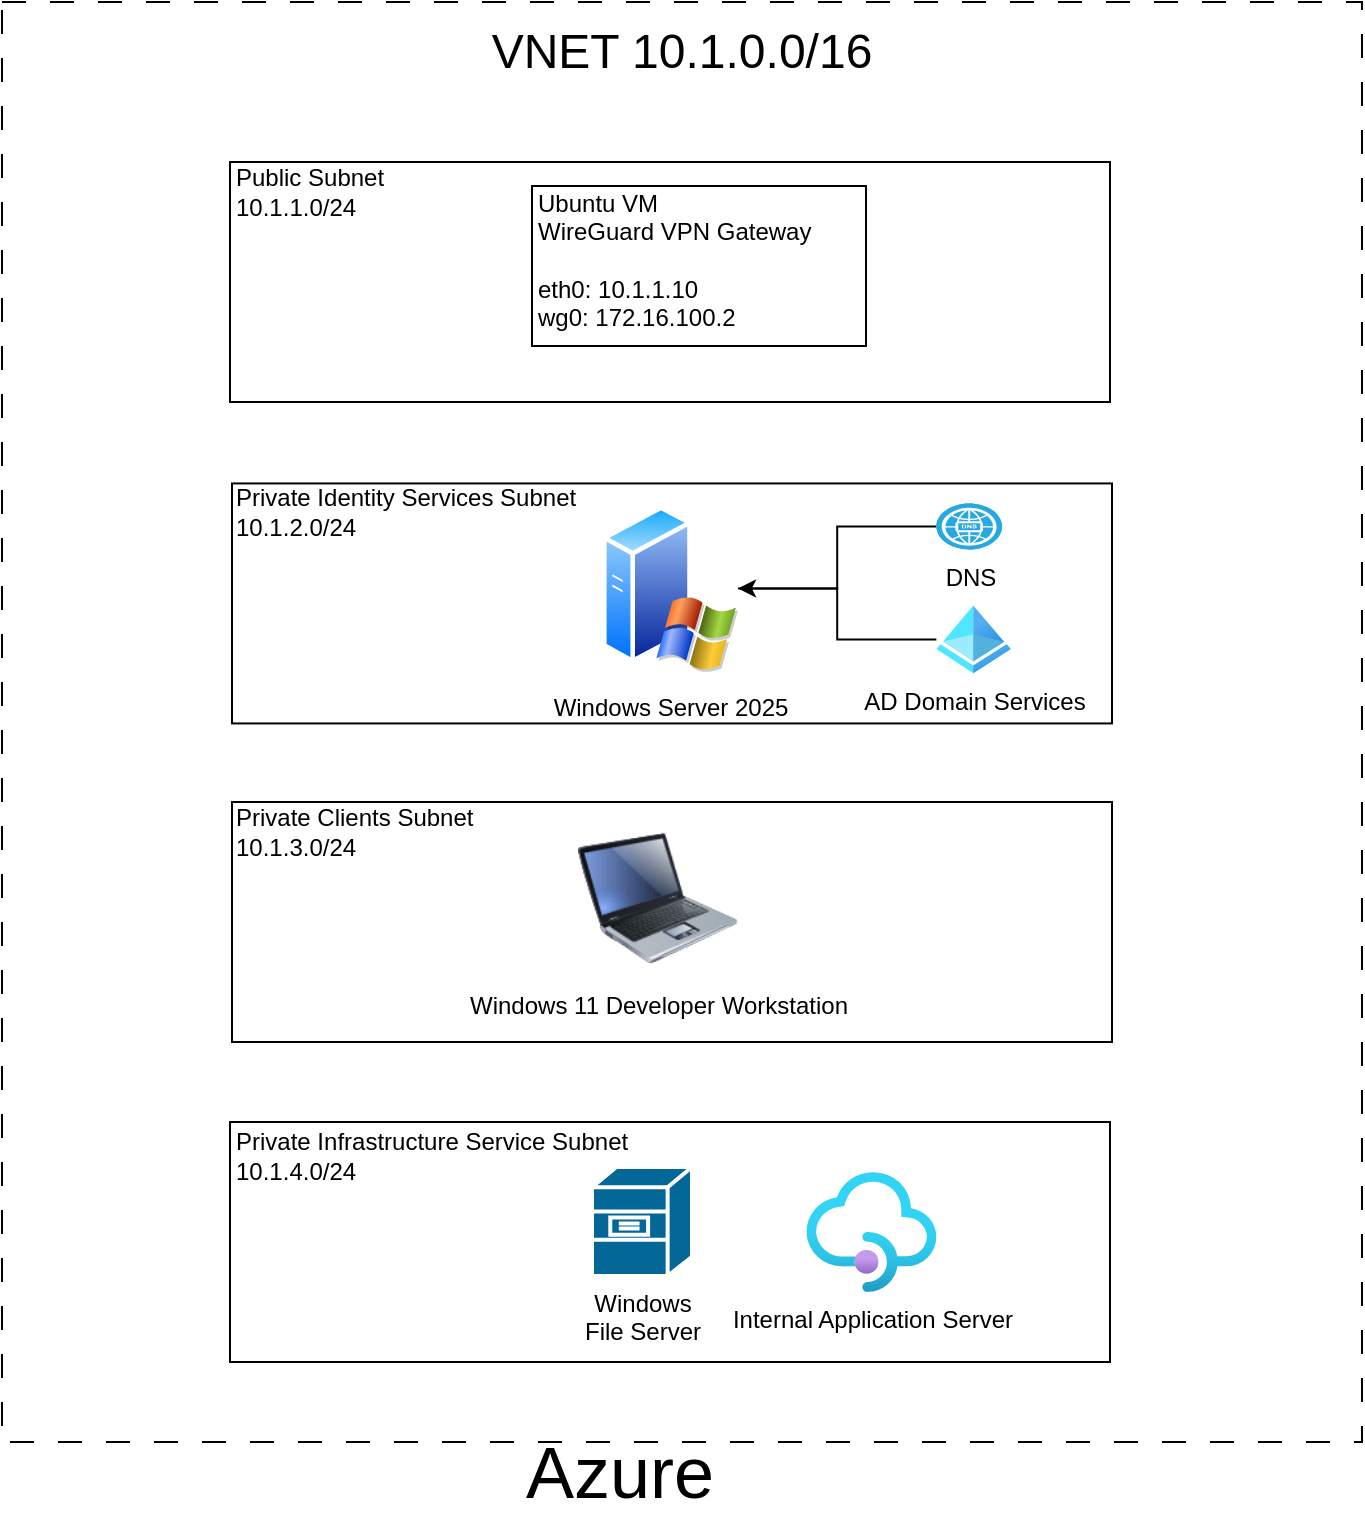
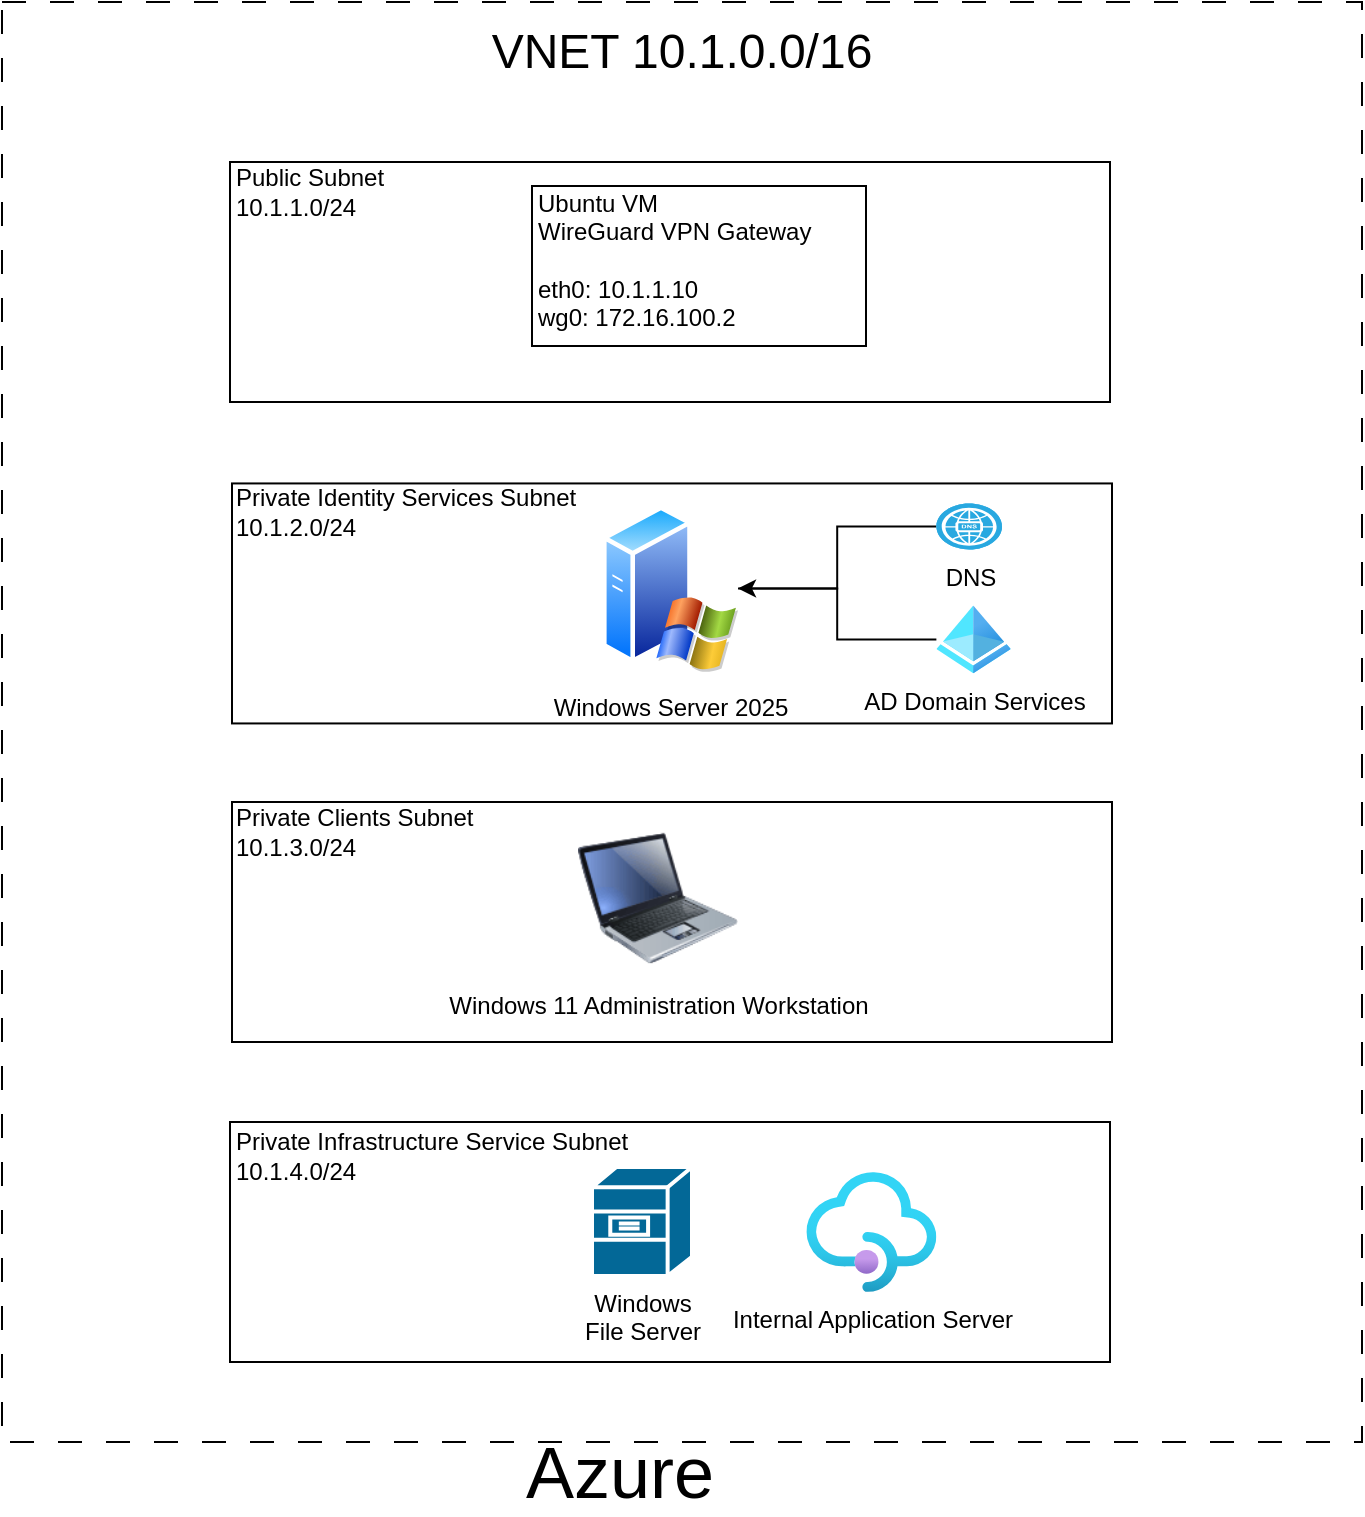
<mxfile host="Electron">
  <diagram name="Page-1" id="RP4ZPmqMCuTyzu-pA2Td">
-     <mxGraphModel dx="485" dy="740" grid="0" gridSize="10" guides="1" tooltips="1" connect="1" arrows="1" fold="1" page="0" pageScale="1" pageWidth="850" pageHeight="1100" math="0" shadow="0">
+     <mxGraphModel dx="1560" dy="773" grid="0" gridSize="10" guides="1" tooltips="1" connect="1" arrows="1" fold="1" page="0" pageScale="1" pageWidth="850" pageHeight="1100" math="0" shadow="0">
      <root>
        <mxCell id="0" />
        <mxCell id="1" parent="0" />
        <mxCell id="rDlIikh5jjJFutqVJWoI-3" parent="1" style="whiteSpace=wrap;html=1;fillColor=none;dashed=1;dashPattern=12 12;" value="" vertex="1">
          <mxGeometry height="720" width="680" x="85" y="80" as="geometry" />
        </mxCell>
        <mxCell id="rDlIikh5jjJFutqVJWoI-4" parent="1" style="text;html=1;whiteSpace=wrap;strokeColor=none;fillColor=none;align=center;verticalAlign=middle;rounded=0;" value="&lt;font style=&quot;font-size: 36px;&quot;&gt;Azure&lt;/font&gt;" vertex="1">
          <mxGeometry height="30" width="200" x="294.00000000000006" y="800" as="geometry" />
        </mxCell>
        <mxCell id="rDlIikh5jjJFutqVJWoI-5" parent="1" style="text;html=1;whiteSpace=wrap;strokeColor=none;fillColor=none;align=center;verticalAlign=middle;rounded=0;" value="&lt;font style=&quot;font-size: 24px;&quot;&gt;VNET 10.1.0.0/16&lt;/font&gt;" vertex="1">
          <mxGeometry height="30" width="220" x="315.00000000000006" y="90" as="geometry" />
        </mxCell>
        <mxCell id="rDlIikh5jjJFutqVJWoI-10" parent="1" style="whiteSpace=wrap;html=1;fillColor=none;" value="" vertex="1">
          <mxGeometry height="120" width="440" x="200" y="320.72" as="geometry" />
        </mxCell>
        <mxCell id="rDlIikh5jjJFutqVJWoI-11" parent="1" style="whiteSpace=wrap;html=1;fillColor=none;" value="" vertex="1">
          <mxGeometry height="120" width="440" x="200" y="480" as="geometry" />
        </mxCell>
        <mxCell id="rDlIikh5jjJFutqVJWoI-12" parent="1" style="whiteSpace=wrap;html=1;fillColor=none;" value="" vertex="1">
          <mxGeometry height="120" width="440" x="199" y="640" as="geometry" />
        </mxCell>
        <mxCell id="rDlIikh5jjJFutqVJWoI-14" parent="1" style="text;html=1;whiteSpace=wrap;strokeColor=none;fillColor=none;align=left;verticalAlign=middle;rounded=0;" value="Private Identity Services Subnet&lt;div&gt;10.1.2.0/24&lt;/div&gt;" vertex="1">
          <mxGeometry height="30" width="185" x="200" y="320" as="geometry" />
        </mxCell>
        <mxCell id="rDlIikh5jjJFutqVJWoI-15" parent="1" style="text;html=1;whiteSpace=wrap;strokeColor=none;fillColor=none;align=left;verticalAlign=middle;rounded=0;" value="Private Clients Subnet&lt;div&gt;10.1.3.0&lt;span style=&quot;color: rgba(0, 0, 0, 0); font-family: monospace; font-size: 0px; white-space: nowrap; background-color: transparent;&quot;&gt;%3CmxGraphModel%3E%3Croot%3E%3CmxCell%20id%3D%220%22%2F%3E%3CmxCell%20id%3D%221%22%20parent%3D%220%22%2F%3E%3CmxCell%20id%3D%222%22%20parent%3D%221%22%20style%3D%22text%3Bhtml%3D1%3BwhiteSpace%3Dwrap%3BstrokeColor%3Dnone%3BfillColor%3Dnone%3Balign%3Dcenter%3BverticalAlign%3Dmiddle%3Brounded%3D0%3B%22%20value%3D%22Private%20subnet%26lt%3Bdiv%26gt%3B10.1.1.0%2F24%26lt%3B%2Fdiv%26gt%3B%22%20vertex%3D%221%22%3E%3CmxGeometry%20height%3D%2230%22%20width%3D%22110%22%20x%3D%22280%22%20y%3D%22320%22%20as%3D%22geometry%22%2F%3E%3C%2FmxCell%3E%3C%2Froot%3E%3C%2FmxGraphModel%3E&lt;/span&gt;&lt;span style=&quot;color: rgba(0, 0, 0, 0); font-family: monospace; font-size: 0px; white-space: nowrap; background-color: transparent;&quot;&gt;%3CmxGraphModel%3E%3Croot%3E%3CmxCell%20id%3D%220%22%2F%3E%3CmxCell%20id%3D%221%22%20parent%3D%220%22%2F%3E%3CmxCell%20id%3D%222%22%20parent%3D%221%22%20style%3D%22text%3Bhtml%3D1%3BwhiteSpace%3Dwrap%3BstrokeColor%3Dnone%3BfillColor%3Dnone%3Balign%3Dcenter%3BverticalAlign%3Dmiddle%3Brounded%3D0%3B%22%20value%3D%22Private%20subnet%26lt%3Bdiv%26gt%3B10.1.1.0%2F24%26lt%3B%2Fdiv%26gt%3B%22%20vertex%3D%221%22%3E%3CmxGeometry%20height%3D%2230%22%20width%3D%22110%22%20x%3D%22280%22%20y%3D%22320%22%20as%3D%22geometry%22%2F%3E%3C%2FmxCell%3E%3C%2Froot%3E%3C%2FmxGraphModel%3E&lt;/span&gt;&lt;span style=&quot;background-color: transparent; color: light-dark(rgb(0, 0, 0), rgb(255, 255, 255));&quot;&gt;/24&lt;/span&gt;&lt;/div&gt;" vertex="1">
          <mxGeometry height="30" width="165" x="200" y="480" as="geometry" />
        </mxCell>
        <mxCell id="rDlIikh5jjJFutqVJWoI-16" parent="1" style="text;html=1;whiteSpace=wrap;strokeColor=none;fillColor=none;align=left;verticalAlign=middle;rounded=0;" value="Private Infrastructure Service Subnet&lt;div&gt;10.1.4.0/24&lt;/div&gt;" vertex="1">
          <mxGeometry height="30" width="215" x="200" y="642" as="geometry" />
        </mxCell>
        <mxCell id="rDlIikh5jjJFutqVJWoI-34" edge="1" parent="1" source="rDlIikh5jjJFutqVJWoI-21" style="edgeStyle=orthogonalEdgeStyle;rounded=0;orthogonalLoop=1;jettySize=auto;html=1;endArrow=none;endFill=0;" target="rDlIikh5jjJFutqVJWoI-33" value="">
          <mxGeometry relative="1" as="geometry" />
        </mxCell>
        <mxCell id="rDlIikh5jjJFutqVJWoI-21" parent="1" style="image;aspect=fixed;perimeter=ellipsePerimeter;html=1;align=center;shadow=0;dashed=0;spacingTop=3;image=img/lib/active_directory/windows_server_2.svg;" value="Windows Server 2025" vertex="1">
          <mxGeometry height="84.98" width="68" x="385" y="330.72" as="geometry" />
        </mxCell>
        <mxCell id="rDlIikh5jjJFutqVJWoI-25" parent="1" style="strokeColor=#ffffff;sketch=0;html=1;pointerEvents=1;dashed=0;fillColor=#036897;strokeWidth=2;verticalLabelPosition=bottom;verticalAlign=top;align=center;outlineConnect=0;shape=mxgraph.cisco.servers.file_server;" value="&lt;div&gt;Windows&lt;/div&gt;File Server" vertex="1">
          <mxGeometry height="54.5" width="50" x="380" y="662.5" as="geometry" />
        </mxCell>
        <mxCell id="rDlIikh5jjJFutqVJWoI-35" edge="1" parent="1" source="rDlIikh5jjJFutqVJWoI-32" style="edgeStyle=orthogonalEdgeStyle;rounded=0;orthogonalLoop=1;jettySize=auto;html=1;" target="rDlIikh5jjJFutqVJWoI-21" value="">
          <mxGeometry relative="1" as="geometry" />
        </mxCell>
        <mxCell id="rDlIikh5jjJFutqVJWoI-32" parent="1" style="fillColor=#28A8E0;verticalLabelPosition=bottom;sketch=0;html=1;strokeColor=#ffffff;verticalAlign=top;align=center;points=[[0.145,0.145,0],[0.5,0,0],[0.855,0.145,0],[1,0.5,0],[0.855,0.855,0],[0.5,1,0],[0.145,0.855,0],[0,0.5,0]];pointerEvents=1;shape=mxgraph.cisco_safe.compositeIcon;bgIcon=ellipse;resIcon=mxgraph.cisco_safe.capability.dns;" value="DNS" vertex="1">
          <mxGeometry height="23" width="32.81" x="552.19" y="330.72" as="geometry" />
        </mxCell>
        <mxCell id="rDlIikh5jjJFutqVJWoI-33" parent="1" style="image;aspect=fixed;html=1;points=[];align=center;fontSize=12;image=img/lib/azure2/identity/Azure_Active_Directory.svg;" value="AD Domain Services" vertex="1">
          <mxGeometry height="34" width="37.19" x="552.19" y="381.7" as="geometry" />
        </mxCell>
        <mxCell id="2-BQfcV8EPxYpGFBvRmM-1" parent="1" style="whiteSpace=wrap;html=1;fillColor=none;" value="" vertex="1">
          <mxGeometry height="120" width="440" x="199" y="160" as="geometry" />
        </mxCell>
        <mxCell id="2-BQfcV8EPxYpGFBvRmM-2" parent="1" style="text;html=1;whiteSpace=wrap;strokeColor=none;fillColor=none;align=left;verticalAlign=middle;rounded=0;" value="Public Subnet&lt;div&gt;10.1.1.0/24&lt;/div&gt;" vertex="1">
          <mxGeometry height="30" width="185" x="200" y="160" as="geometry" />
        </mxCell>
        <mxCell id="2-BQfcV8EPxYpGFBvRmM-3" parent="1" style="whiteSpace=wrap;html=1;fillColor=none;" value="" vertex="1">
          <mxGeometry height="80" width="167" x="350" y="172" as="geometry" />
        </mxCell>
        <mxCell id="2-BQfcV8EPxYpGFBvRmM-4" parent="1" style="text;html=1;whiteSpace=wrap;strokeColor=none;fillColor=none;align=left;verticalAlign=middle;rounded=0;" value="Ubuntu VM&lt;div&gt;WireGuard VPN Gateway&lt;/div&gt;&lt;div&gt;&lt;br&gt;&lt;/div&gt;&lt;div&gt;eth0: 10.1.1.10&lt;br&gt;&lt;div&gt;&lt;div&gt;wg0: 172.16.100.2&lt;/div&gt;&lt;/div&gt;&lt;/div&gt;" vertex="1">
          <mxGeometry height="30" width="162" x="351" y="194" as="geometry" />
        </mxCell>
-         <mxCell id="cP9SHoMEJHJUxG85aHL--1" parent="1" style="image;html=1;image=img/lib/clip_art/computers/Laptop_128x128.png" value="Windows 11 Developer Workstation" vertex="1">
+         <mxCell id="cP9SHoMEJHJUxG85aHL--1" parent="1" style="image;html=1;image=img/lib/clip_art/computers/Laptop_128x128.png" value="Windows 11 Administration Workstation" vertex="1">
          <mxGeometry height="80" width="80" x="373" y="488" as="geometry" />
        </mxCell>
        <mxCell id="cP9SHoMEJHJUxG85aHL--2" parent="1" style="image;aspect=fixed;html=1;points=[];align=center;fontSize=12;image=img/lib/azure2/app_services/API_Management_Services.svg;" value="Internal Application Server" vertex="1">
          <mxGeometry height="60" width="65" x="487.19" y="665" as="geometry" />
        </mxCell>
      </root>
    </mxGraphModel>
  </diagram>
</mxfile>
